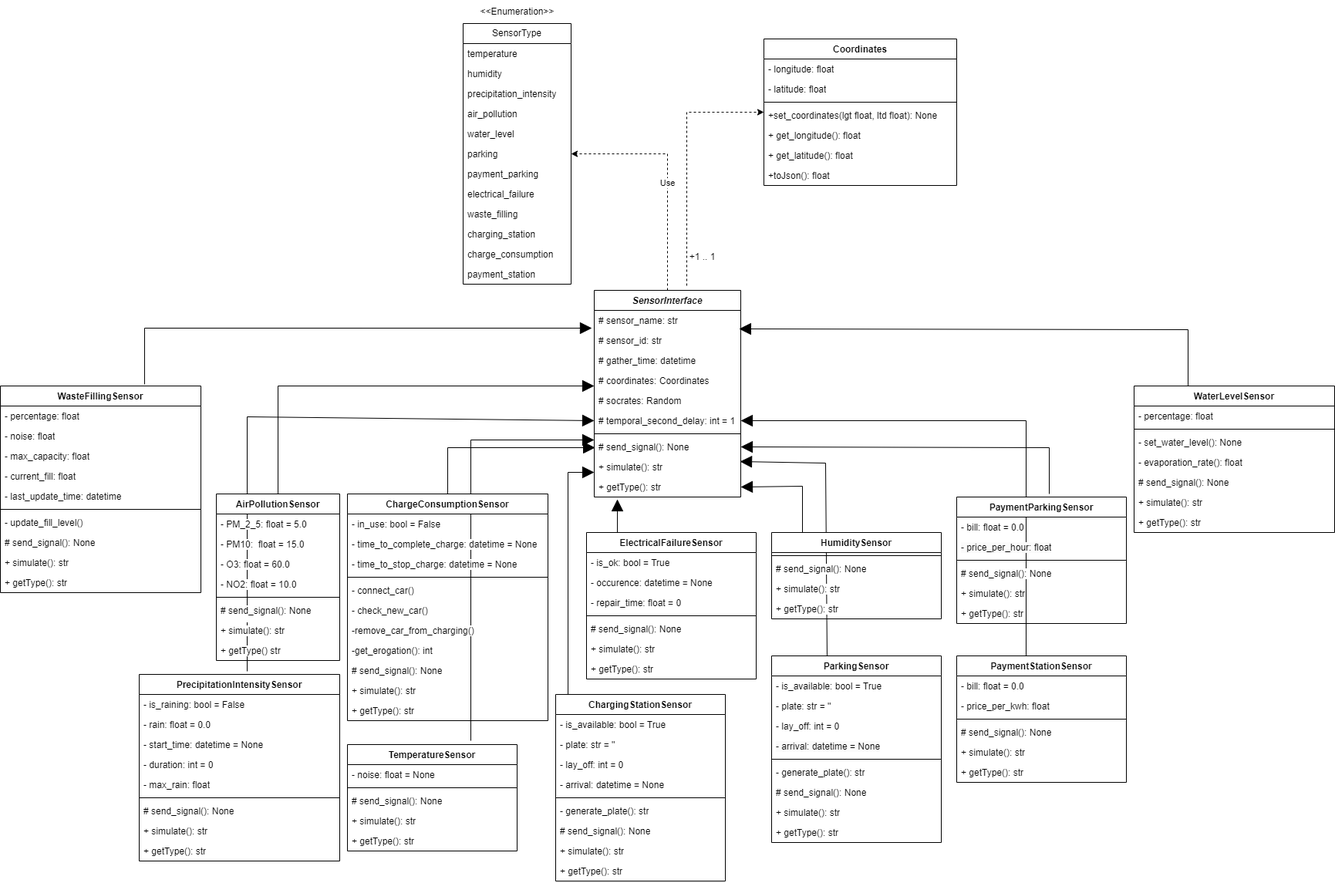
NaN1fy/docs keeps this draw.io diagram as documents/PB/esterni/images_st/sensors.png. Above is the earlier version. Source tidied: cells renumbered, new cells last; positions are measured from the earlier drawing's top-left corner, leaving out a move shared by most shapes.
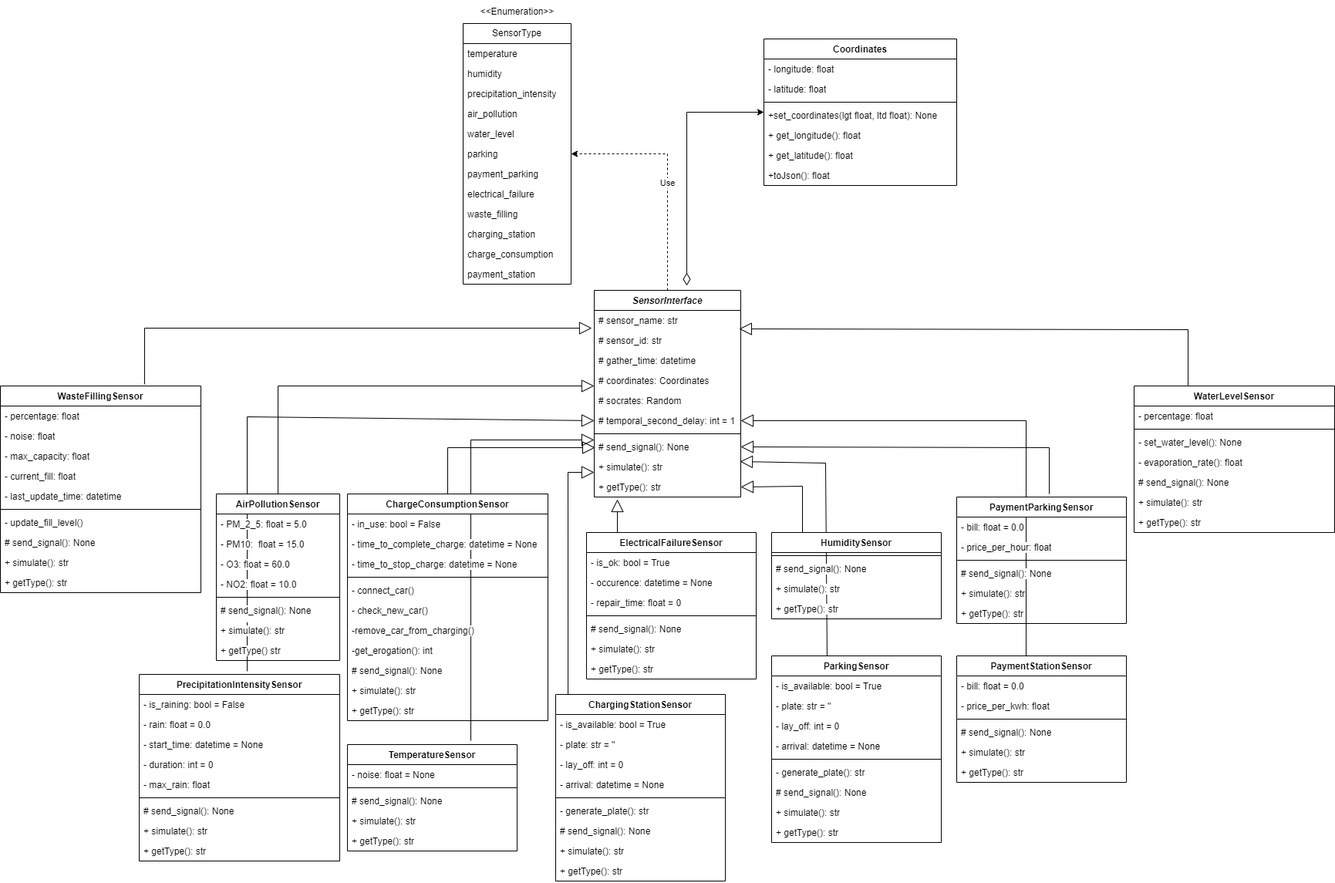
Later version of the same file.

The edit, as a diff of the source:
```diff
@@ -2,7 +2,7 @@
   <root>
     <mxCell id="0" />
     <mxCell id="1" parent="0" />
-    <mxCell id="2" style="endArrow=block;html=1;rounded=0;endFill=1;endSize=13;entryX=0;entryY=0.154;entryDx=0;entryDy=0;entryPerimeter=0;" parent="1" edge="1" target="14">
+    <mxCell id="2" style="endArrow=block;html=1;rounded=0;endFill=0;endSize=14;entryX=0;entryY=0.154;entryDx=0;entryDy=0;entryPerimeter=0;" parent="1" edge="1" target="14">
       <mxGeometry relative="1" as="geometry">
         <mxPoint x="610" y="960" as="sourcePoint" />
         <Array as="points">
@@ -10,7 +10,7 @@
         </Array>
       </mxGeometry>
     </mxCell>
-    <mxCell id="3" style="endArrow=block;html=1;rounded=0;endFill=1;endSize=13;entryX=0;entryY=0.5;entryDx=0;entryDy=0;" parent="1" edge="1" target="12">
+    <mxCell id="3" style="endArrow=block;html=1;rounded=0;endFill=0;endSize=14;entryX=0;entryY=0.5;entryDx=0;entryDy=0;" parent="1" edge="1" target="12">
       <mxGeometry relative="1" as="geometry">
         <mxPoint x="320" y="870" as="sourcePoint" />
         <Array as="points">
@@ -18,14 +18,14 @@
         </Array>
       </mxGeometry>
     </mxCell>
-    <mxCell id="4" style="endArrow=block;html=1;rounded=0;endFill=1;endSize=13;entryX=1;entryY=0.5;entryDx=0;entryDy=0;exitX=0.409;exitY=0.018;exitDx=0;exitDy=0;exitPerimeter=0;" parent="1" edge="1" source="75" target="12">
+    <mxCell id="4" style="endArrow=block;html=1;rounded=0;endFill=0;endSize=14;entryX=1;entryY=0.5;entryDx=0;entryDy=0;exitX=0.409;exitY=0.018;exitDx=0;exitDy=0;exitPerimeter=0;" parent="1" edge="1" source="75" target="12">
       <mxGeometry relative="1" as="geometry">
         <Array as="points">
           <mxPoint x="1330" y="545" />
         </Array>
       </mxGeometry>
     </mxCell>
-    <mxCell id="5" style="endArrow=block;html=1;rounded=0;endFill=1;endSize=13;entryX=0.995;entryY=0.231;entryDx=0;entryDy=0;exitX=0.327;exitY=0;exitDx=0;exitDy=0;exitPerimeter=0;entryPerimeter=0;" parent="1" edge="1" source="52" target="15">
+    <mxCell id="5" style="endArrow=block;html=1;rounded=0;endFill=0;endSize=14;entryX=0.995;entryY=0.231;entryDx=0;entryDy=0;exitX=0.327;exitY=0;exitDx=0;exitDy=0;exitPerimeter=0;entryPerimeter=0;" parent="1" edge="1" source="52" target="15">
       <mxGeometry relative="1" as="geometry">
         <Array as="points">
           <mxPoint x="1070" y="600" />
@@ -65,14 +65,14 @@
     <mxCell id="16" value="+ getType(): str" style="text;strokeColor=none;fillColor=none;align=left;verticalAlign=top;spacingLeft=4;spacingRight=4;overflow=hidden;points=[[0,0.5],[1,0.5]];portConstraint=eastwest;whiteSpace=wrap;html=1;" parent="6" vertex="1">
       <mxGeometry y="242" width="190" height="26" as="geometry" />
     </mxCell>
-    <mxCell id="17" style="endArrow=block;html=1;rounded=0;endFill=1;endSize=13;entryX=0;entryY=0.769;entryDx=0;entryDy=0;entryPerimeter=0;" parent="1" edge="1" source="92" target="10">
+    <mxCell id="17" style="endArrow=block;html=1;rounded=0;endFill=0;endSize=14;entryX=0;entryY=0.769;entryDx=0;entryDy=0;entryPerimeter=0;" parent="1" edge="1" source="92" target="10">
       <mxGeometry relative="1" as="geometry">
         <Array as="points">
           <mxPoint x="360" y="500" />
         </Array>
       </mxGeometry>
     </mxCell>
-    <mxCell id="18" style="endArrow=block;html=1;rounded=0;endFill=1;endSize=13;entryX=0.006;entryY=0.538;entryDx=0;entryDy=0;entryPerimeter=0;" parent="1" edge="1" source="19" target="14">
+    <mxCell id="18" style="endArrow=block;html=1;rounded=0;endFill=0;endSize=14;entryX=0.006;entryY=0.538;entryDx=0;entryDy=0;entryPerimeter=0;" parent="1" edge="1" source="19" target="14">
       <mxGeometry relative="1" as="geometry">
         <Array as="points">
           <mxPoint x="580" y="580" />
@@ -115,7 +115,7 @@
     <mxCell id="30" value="+ getType(): str" style="text;strokeColor=none;fillColor=none;align=left;verticalAlign=top;spacingLeft=4;spacingRight=4;overflow=hidden;whiteSpace=wrap;html=1;" parent="19" vertex="1">
       <mxGeometry y="268" width="260" height="26" as="geometry" />
     </mxCell>
-    <mxCell id="31" style="endArrow=block;html=1;rounded=0;endFill=1;endSize=13;entryX=0;entryY=0.769;entryDx=0;entryDy=0;entryPerimeter=0;exitX=0.073;exitY=0.008;exitDx=0;exitDy=0;exitPerimeter=0;" parent="1" edge="1" source="32" target="15">
+    <mxCell id="31" style="endArrow=block;html=1;rounded=0;endFill=0;endSize=14;entryX=0;entryY=0.769;entryDx=0;entryDy=0;entryPerimeter=0;exitX=0.073;exitY=0.008;exitDx=0;exitDy=0;exitPerimeter=0;" parent="1" edge="1" source="32" target="15">
       <mxGeometry relative="1" as="geometry">
         <Array as="points">
           <mxPoint x="736" y="612" />
@@ -176,12 +176,12 @@
     <mxCell id="49" value="+ getType(): str" style="text;strokeColor=none;fillColor=none;align=left;verticalAlign=top;spacingLeft=4;spacingRight=4;overflow=hidden;whiteSpace=wrap;html=1;" parent="42" vertex="1">
       <mxGeometry y="164" width="220" height="26" as="geometry" />
     </mxCell>
-    <mxCell id="50" style="endArrow=block;html=1;rounded=0;endFill=1;endSize=13;entryX=0.158;entryY=1.115;entryDx=0;entryDy=0;entryPerimeter=0;" parent="1" edge="1" target="16">
+    <mxCell id="50" style="endArrow=block;html=1;rounded=0;endFill=0;endSize=14;entryX=0.158;entryY=1.115;entryDx=0;entryDy=0;entryPerimeter=0;" parent="1" edge="1" target="16">
       <mxGeometry relative="1" as="geometry">
         <mxPoint x="800" y="690" as="sourcePoint" />
       </mxGeometry>
     </mxCell>
-    <mxCell id="51" style="endArrow=block;html=1;rounded=0;endFill=1;endSize=13;entryX=1;entryY=0.5;entryDx=0;entryDy=0;" parent="1" edge="1" target="16">
+    <mxCell id="51" style="endArrow=block;html=1;rounded=0;endFill=0;endSize=14;entryX=1;entryY=0.5;entryDx=0;entryDy=0;" parent="1" edge="1" target="16">
       <mxGeometry relative="1" as="geometry">
         <mxPoint x="1040" y="690" as="sourcePoint" />
         <Array as="points">
@@ -255,7 +255,7 @@
     <mxCell id="73" value="+ getType(): str" style="text;strokeColor=none;fillColor=none;align=left;verticalAlign=top;spacingLeft=4;spacingRight=4;overflow=hidden;whiteSpace=wrap;html=1;fontColor=default;labelBackgroundColor=default;" parent="67" vertex="1">
       <mxGeometry y="138" width="220" height="26" as="geometry" />
     </mxCell>
-    <mxCell id="74" style="endArrow=block;html=1;rounded=0;endFill=1;endSize=13;entryX=1;entryY=0.5;entryDx=0;entryDy=0;" parent="1" edge="1" target="14">
+    <mxCell id="74" style="endArrow=block;html=1;rounded=0;endFill=0;endSize=14;entryX=1;entryY=0.5;entryDx=0;entryDy=0;" parent="1" edge="1" target="14">
       <mxGeometry relative="1" as="geometry">
         <mxPoint x="1360" y="640" as="sourcePoint" />
         <Array as="points">
@@ -392,7 +392,7 @@
     <mxCell id="117" value="+ getType(): str" style="text;strokeColor=none;fillColor=none;align=left;verticalAlign=top;spacingLeft=4;spacingRight=4;overflow=hidden;whiteSpace=wrap;html=1;" parent="107" vertex="1">
       <mxGeometry y="242" width="260" height="26" as="geometry" />
     </mxCell>
-    <mxCell id="118" style="endArrow=block;html=1;rounded=0;endFill=1;endSize=13;entryX=-0.016;entryY=0.885;entryDx=0;entryDy=0;entryPerimeter=0;exitX=0.719;exitY=-0.008;exitDx=0;exitDy=0;exitPerimeter=0;" parent="1" edge="1" source="107" target="7">
+    <mxCell id="118" style="endArrow=block;html=1;rounded=0;endFill=0;endSize=14;entryX=-0.016;entryY=0.885;entryDx=0;entryDy=0;entryPerimeter=0;exitX=0.719;exitY=-0.008;exitDx=0;exitDy=0;exitPerimeter=0;" parent="1" edge="1" source="107" target="7">
       <mxGeometry relative="1" as="geometry">
         <Array as="points">
           <mxPoint x="187" y="425" />
@@ -423,7 +423,7 @@
     <mxCell id="126" value="+ getType(): str" style="text;strokeColor=none;fillColor=none;align=left;verticalAlign=top;spacingLeft=4;spacingRight=4;overflow=hidden;whiteSpace=wrap;html=1;" parent="119" vertex="1">
       <mxGeometry y="164" width="260" height="26" as="geometry" />
     </mxCell>
-    <mxCell id="127" style="endArrow=block;html=1;rounded=0;endFill=1;endSize=13;entryX=0.989;entryY=0.923;entryDx=0;entryDy=0;entryPerimeter=0;exitX=0.719;exitY=-0.008;exitDx=0;exitDy=0;exitPerimeter=0;" parent="1" edge="1" target="7">
+    <mxCell id="127" style="endArrow=block;html=1;rounded=0;endFill=0;endSize=14;entryX=0.989;entryY=0.923;entryDx=0;entryDy=0;entryPerimeter=0;exitX=0.719;exitY=-0.008;exitDx=0;exitDy=0;exitPerimeter=0;" parent="1" edge="1" target="7">
       <mxGeometry relative="1" as="geometry">
         <mxPoint x="1540" y="500" as="sourcePoint" />
         <Array as="points">
@@ -507,7 +507,7 @@
     <mxCell id="151" value="+toJson(): float" style="text;strokeColor=none;fillColor=none;align=left;verticalAlign=top;spacingLeft=4;spacingRight=4;overflow=hidden;whiteSpace=wrap;html=1;" parent="144" vertex="1">
       <mxGeometry y="164" width="250" height="26" as="geometry" />
     </mxCell>
-    <mxCell id="152" style="endArrow=classic;html=1;rounded=0;dashed=1;" parent="1" edge="1" target="144">
+    <mxCell id="152" style="endArrow=classic;html=1;rounded=0;startArrow=diamondThin;startFill=0;startSize=14;" parent="1" edge="1" target="144">
       <mxGeometry relative="1" as="geometry">
         <mxPoint x="890" y="370" as="sourcePoint" />
         <Array as="points">
@@ -515,8 +515,5 @@
         </Array>
       </mxGeometry>
     </mxCell>
-    <mxCell id="153" value="+1 .. 1" style="text;html=1;align=center;verticalAlign=middle;strokeColor=none;fillColor=none;" parent="1" vertex="1">
-      <mxGeometry x="880" y="318" width="60" height="30" as="geometry" />
-    </mxCell>
   </root>
 </mxGraphModel>
```
